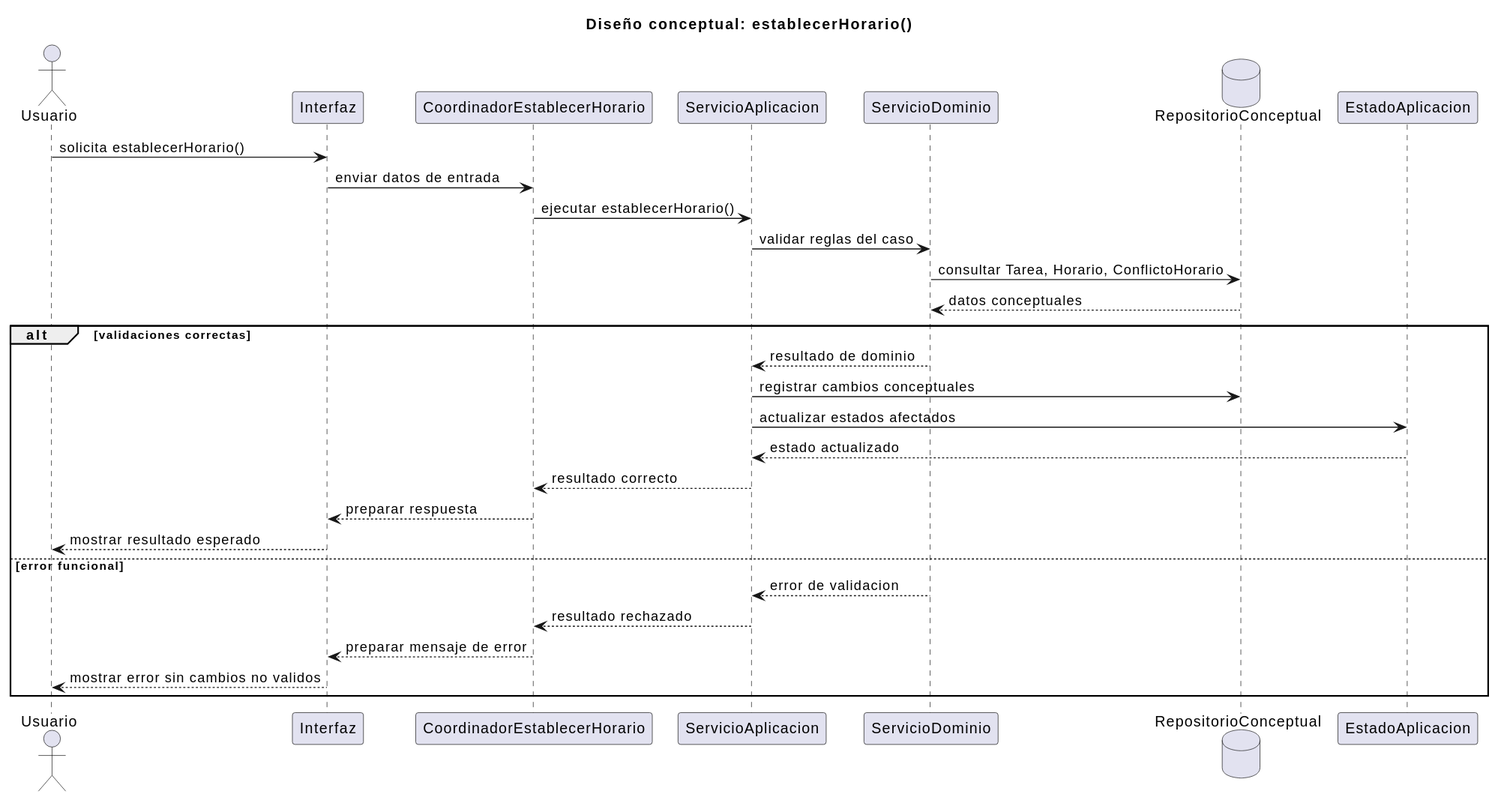
The PlantUML diagram documents/RUP/02-diseño/casos-uso/planificacion-configuracion/establecerHorario/secuencia.svg in inigovaqueroo04/25-26-idsw2-sdVC, before a commit.
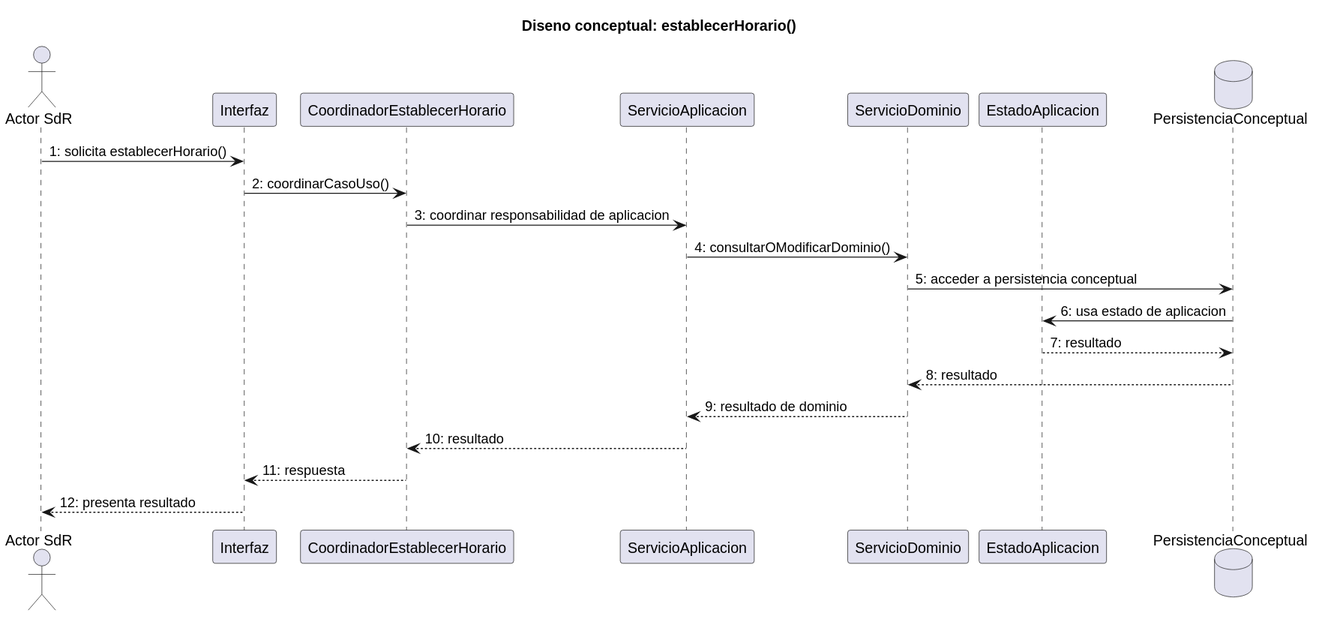
Above is the later version.

Commit message:
docs: ajustar diseno de establecer horario

Diff of the diagram source:
```diff
@@ -1,33 +1,24 @@
 @startuml
-title Diseño conceptual: establecerHorario()
+title Diseno conceptual: establecerHorario()
 
-actor "Usuario" as Usuario
+actor "Actor SdR" as Actor
 participant "Interfaz" as Interfaz
 participant "CoordinadorEstablecerHorario" as Coordinador
 participant "ServicioAplicacion" as ServicioAplicacion
 participant "ServicioDominio" as ServicioDominio
-database "RepositorioConceptual" as Repositorio
 participant "EstadoAplicacion" as EstadoAplicacion
+database "PersistenciaConceptual" as Persistencia
 
-Usuario -> Interfaz : solicita establecerHorario()
-Interfaz -> Coordinador : enviar datos de entrada
-Coordinador -> ServicioAplicacion : ejecutar establecerHorario()
-ServicioAplicacion -> ServicioDominio : validar reglas del caso
-ServicioDominio -> Repositorio : consultar Tarea, Horario, ConflictoHorario
-Repositorio --> ServicioDominio : datos conceptuales
-
-alt validaciones correctas
-  ServicioDominio --> ServicioAplicacion : resultado de dominio
-  ServicioAplicacion -> Repositorio : registrar cambios conceptuales
-  ServicioAplicacion -> EstadoAplicacion : actualizar estados afectados
-  EstadoAplicacion --> ServicioAplicacion : estado actualizado
-  ServicioAplicacion --> Coordinador : resultado correcto
-  Coordinador --> Interfaz : preparar respuesta
-  Interfaz --> Usuario : mostrar resultado esperado
-else error funcional
-  ServicioDominio --> ServicioAplicacion : error de validacion
-  ServicioAplicacion --> Coordinador : resultado rechazado
-  Coordinador --> Interfaz : preparar mensaje de error
-  Interfaz --> Usuario : mostrar error sin cambios no validos
-end
+Actor -> Interfaz : 1: solicita establecerHorario()
+Interfaz -> Coordinador : 2: coordinarCasoUso()
+Coordinador -> ServicioAplicacion : 3: coordinar responsabilidad de aplicacion
+ServicioAplicacion -> ServicioDominio : 4: consultarOModificarDominio()
+ServicioDominio -> Persistencia : 5: acceder a persistencia conceptual
+Persistencia -> EstadoAplicacion : 6: usa estado de aplicacion
+EstadoAplicacion --> Persistencia : 7: resultado
+Persistencia --> ServicioDominio : 8: resultado
+ServicioDominio --> ServicioAplicacion : 9: resultado de dominio
+ServicioAplicacion --> Coordinador : 10: resultado
+Coordinador --> Interfaz : 11: respuesta
+Interfaz --> Actor : 12: presenta resultado
 @enduml
```
